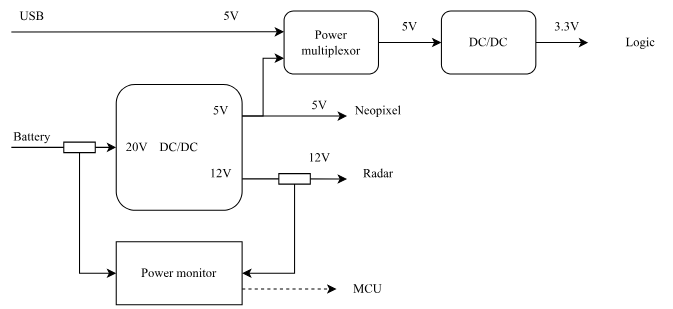
This is graphics/PowerManagement.svg from TaVodic/Dev-Module-for-RSS, a draw.io export, as it was before one commit. Source tidied: cells renumbered, new cells last; positions are measured from the earlier drawing's top-left corner, leaving out a move shared by most shapes.
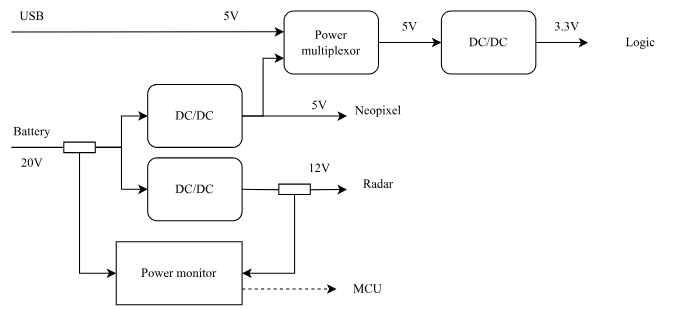
Later version of the same file.

Change to the diagram source:
```diff
@@ -2,27 +2,24 @@
   <root>
     <mxCell id="0" />
     <mxCell id="1" parent="0" />
-    <mxCell id="2" style="edgeStyle=orthogonalEdgeStyle;rounded=0;jettySize=auto;html=1;exitX=0;exitY=0.5;exitDx=0;exitDy=0;startArrow=classic;startFill=1;endArrow=none;endFill=0;fontFamily=Computer Modern;" parent="1" edge="1" source="5">
-      <mxGeometry relative="1" as="geometry">
-        <mxPoint x="10" y="140" as="targetPoint" />
-      </mxGeometry>
-    </mxCell>
+    <mxCell id="32" value="DC/DC" style="rounded=1;whiteSpace=wrap;html=1;fontFamily=Computer Modern;" parent="1" vertex="1">
+      <mxGeometry x="140" y="80" width="90" height="60" as="geometry" />
+    </mxCell>
-    <mxCell id="3" style="edgeStyle=orthogonalEdgeStyle;rounded=0;jettySize=auto;html=1;exitX=1;exitY=0.25;exitDx=0;exitDy=0;entryX=0;entryY=0.75;entryDx=0;entryDy=0;fontFamily=Computer Modern;" parent="1" edge="1" source="5" target="7">
+    <mxCell id="3" style="edgeStyle=orthogonalEdgeStyle;rounded=0;jettySize=auto;html=1;exitX=1;exitY=0.25;exitDx=0;exitDy=0;entryX=0;entryY=0.75;entryDx=0;entryDy=0;fontFamily=Computer Modern;" parent="1" edge="1" target="7">
       <mxGeometry relative="1" as="geometry">
+        <mxPoint x="230" y="110" as="sourcePoint" />
         <Array as="points">
           <mxPoint x="250" y="110" />
           <mxPoint x="250" y="55" />
         </Array>
       </mxGeometry>
     </mxCell>
-    <mxCell id="4" style="edgeStyle=orthogonalEdgeStyle;rounded=0;jettySize=auto;html=1;exitX=1;exitY=0.75;exitDx=0;exitDy=0;fontFamily=Computer Modern;" parent="1" edge="1" source="5">
+    <mxCell id="4" style="edgeStyle=orthogonalEdgeStyle;rounded=0;orthogonalLoop=1;jettySize=auto;html=1;exitX=1;exitY=0.75;exitDx=0;exitDy=0;fontFamily=Computer Modern;" parent="1" edge="1">
       <mxGeometry relative="1" as="geometry">
-        <mxPoint x="330" y="170.1" as="targetPoint" />
+        <mxPoint x="230" y="180" as="sourcePoint" />
+        <mxPoint x="330" y="180.1" as="targetPoint" />
       </mxGeometry>
     </mxCell>
-    <mxCell id="5" value="DC/DC" style="rounded=1;whiteSpace=wrap;html=1;fontFamily=Computer Modern;" parent="1" vertex="1">
-      <mxGeometry x="110" y="80" width="120" height="120" as="geometry" />
-    </mxCell>
     <mxCell id="6" style="edgeStyle=orthogonalEdgeStyle;rounded=0;jettySize=auto;html=1;exitX=1;exitY=0.5;exitDx=0;exitDy=0;fontFamily=Computer Modern;" parent="1" edge="1" source="7" target="9">
       <mxGeometry relative="1" as="geometry" />
     </mxCell>
@@ -43,9 +40,6 @@
         <mxPoint x="330" y="110.1" as="targetPoint" />
       </mxGeometry>
     </mxCell>
-    <mxCell id="11" value="5V" style="text;html=1;strokeColor=none;fillColor=none;align=center;verticalAlign=middle;whiteSpace=wrap;rounded=0;fontFamily=Computer Modern;" parent="1" vertex="1">
-      <mxGeometry x="180" y="90" width="60" height="30" as="geometry" />
-    </mxCell>
     <mxCell id="12" value="12V" style="text;html=1;strokeColor=none;fillColor=none;align=center;verticalAlign=middle;whiteSpace=wrap;rounded=0;fontFamily=Computer Modern;" parent="1" vertex="1">
       <mxGeometry x="180" y="150" width="60" height="30" as="geometry" />
     </mxCell>
@@ -62,7 +56,7 @@
       <mxGeometry x="330" y="90" width="60" height="30" as="geometry" />
     </mxCell>
     <mxCell id="17" value="Radar" style="text;html=1;strokeColor=none;fillColor=none;align=center;verticalAlign=middle;whiteSpace=wrap;rounded=0;fontFamily=Computer Modern;" parent="1" vertex="1">
-      <mxGeometry x="330" y="150" width="60" height="30" as="geometry" />
+      <mxGeometry x="330" y="160" width="60" height="30" as="geometry" />
     </mxCell>
     <mxCell id="18" value="Logic" style="text;html=1;strokeColor=none;fillColor=none;align=center;verticalAlign=middle;whiteSpace=wrap;rounded=0;fontFamily=Computer Modern;" parent="1" vertex="1">
       <mxGeometry x="580" y="25" width="60" height="30" as="geometry" />
@@ -71,7 +65,7 @@
       <mxGeometry width="60" height="30" as="geometry" />
     </mxCell>
     <mxCell id="20" value="Battery" style="text;html=1;strokeColor=none;fillColor=none;align=center;verticalAlign=middle;whiteSpace=wrap;rounded=0;fontFamily=Computer Modern;" parent="1" vertex="1">
-      <mxGeometry y="115" width="60" height="30" as="geometry" />
+      <mxGeometry y="110" width="60" height="30" as="geometry" />
     </mxCell>
     <mxCell id="21" style="edgeStyle=orthogonalEdgeStyle;rounded=0;jettySize=auto;html=1;exitX=1;exitY=0.75;exitDx=0;exitDy=0;dashed=1;fontFamily=Computer Modern;" parent="1" edge="1" source="22">
       <mxGeometry relative="1" as="geometry">
@@ -85,11 +79,22 @@
       <mxGeometry relative="1" as="geometry" />
     </mxCell>
     <mxCell id="24" style="rounded=0;whiteSpace=wrap;html=1;fontFamily=Computer Modern;" parent="1" vertex="1">
-      <mxGeometry x="265" y="165" width="30" height="10" as="geometry" />
+      <mxGeometry x="265" y="175" width="30" height="10" as="geometry" />
     </mxCell>
     <mxCell id="25" style="edgeStyle=orthogonalEdgeStyle;rounded=0;jettySize=auto;html=1;exitX=0.5;exitY=1;exitDx=0;exitDy=0;entryX=0;entryY=0.5;entryDx=0;entryDy=0;fontFamily=Computer Modern;" parent="1" edge="1" source="26" target="22">
       <mxGeometry relative="1" as="geometry" />
     </mxCell>
+    <mxCell id="33" style="edgeStyle=orthogonalEdgeStyle;rounded=0;jettySize=auto;html=1;exitX=1;exitY=0.5;exitDx=0;exitDy=0;entryX=0;entryY=0.5;entryDx=0;entryDy=0;" parent="1" edge="1" source="26" target="36">
+      <mxGeometry relative="1" as="geometry" />
+    </mxCell>
+    <mxCell id="34" style="edgeStyle=orthogonalEdgeStyle;rounded=0;jettySize=auto;html=1;exitX=1;exitY=0.5;exitDx=0;exitDy=0;entryX=0;entryY=0.5;entryDx=0;entryDy=0;" parent="1" edge="1" source="26" target="32">
+      <mxGeometry relative="1" as="geometry" />
+    </mxCell>
+    <mxCell id="35" style="edgeStyle=orthogonalEdgeStyle;rounded=0;jettySize=auto;html=1;exitX=0;exitY=0.5;exitDx=0;exitDy=0;endArrow=none;endFill=0;" parent="1" edge="1" source="26">
+      <mxGeometry relative="1" as="geometry">
+        <mxPoint x="10" y="140" as="targetPoint" />
+      </mxGeometry>
+    </mxCell>
     <mxCell id="26" style="rounded=0;whiteSpace=wrap;html=1;fontFamily=Computer Modern;" parent="1" vertex="1">
       <mxGeometry x="60" y="135" width="30" height="10" as="geometry" />
     </mxCell>
@@ -105,10 +110,13 @@
       <mxGeometry x="274" y="85" width="60" height="30" as="geometry" />
     </mxCell>
     <mxCell id="30" value="12V" style="text;html=1;strokeColor=none;fillColor=none;align=center;verticalAlign=middle;whiteSpace=wrap;rounded=0;fontFamily=Computer Modern;" parent="1" vertex="1">
-      <mxGeometry x="274" y="135" width="60" height="30" as="geometry" />
+      <mxGeometry x="274" y="145" width="60" height="30" as="geometry" />
     </mxCell>
     <mxCell id="31" value="20V" style="text;html=1;strokeColor=none;fillColor=none;align=center;verticalAlign=middle;whiteSpace=wrap;rounded=0;fontFamily=Computer Modern;" parent="1" vertex="1">
-      <mxGeometry x="100" y="125" width="60" height="30" as="geometry" />
+      <mxGeometry y="140" width="60" height="30" as="geometry" />
     </mxCell>
+    <mxCell id="36" value="DC/DC" style="rounded=1;whiteSpace=wrap;html=1;fontFamily=Computer Modern;" parent="1" vertex="1">
+      <mxGeometry x="140" y="150" width="90" height="60" as="geometry" />
+    </mxCell>
   </root>
 </mxGraphModel>
```
